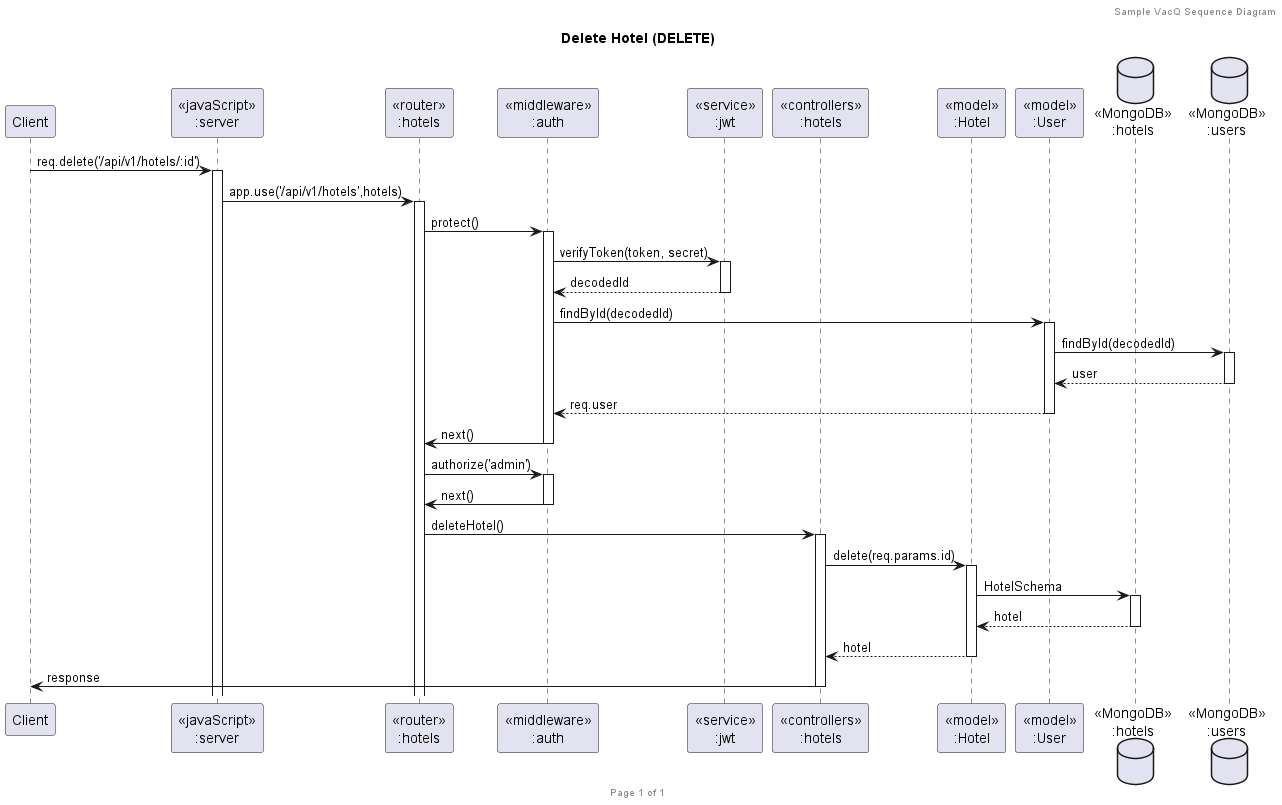
Above: diagram/sequence/hotels/hotelDELETE/Delete Hotel (DELETE).png in n0n7/SWDev_Final (PlantUML), before the change.
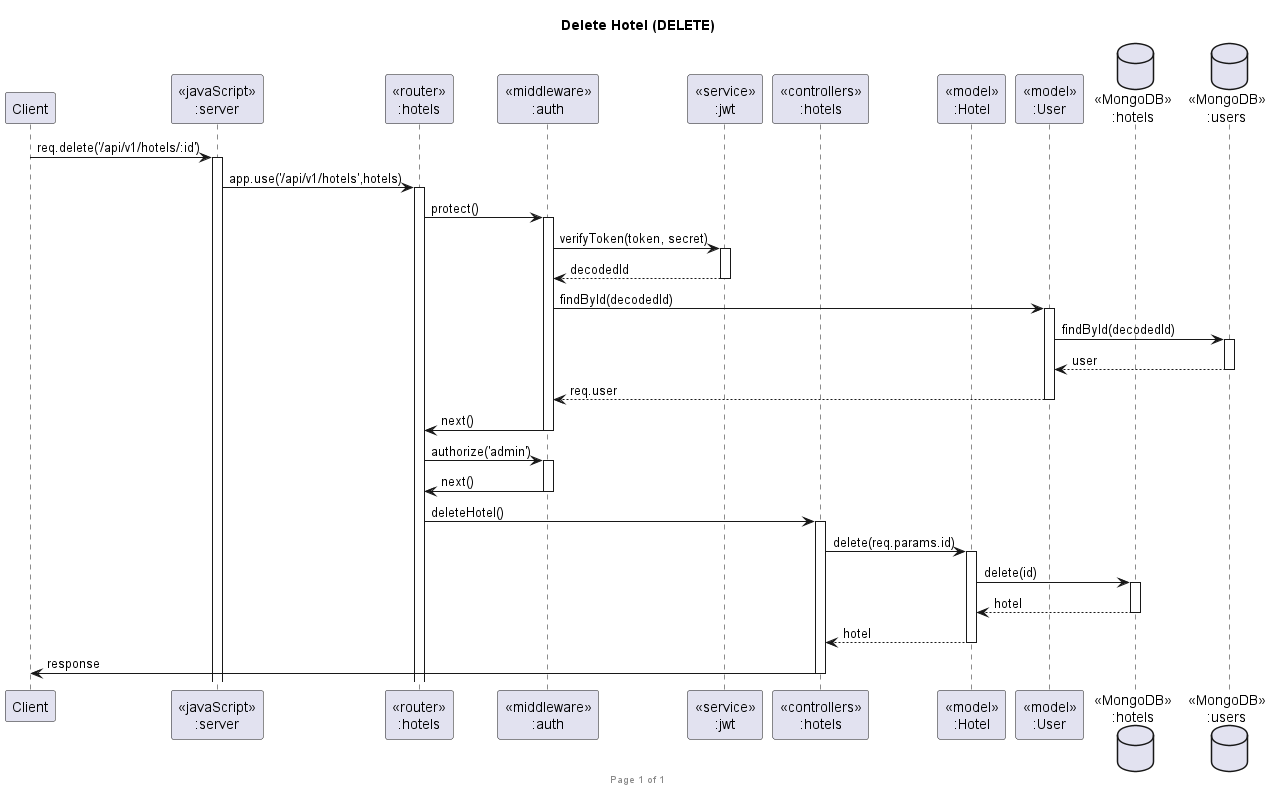
Above is the later version.

What changed in the source:
```diff
@@ -1,6 +1,5 @@
 @startuml Delete Hotel (DELETE)
 
-header Sample VacQ Sequence Diagram
 footer Page %page% of %lastpage%
 title "Delete Hotel (DELETE)"
 
@@ -32,7 +31,7 @@
 
 routerHotels -> controllersHotels ++:deleteHotel()
 controllersHotels->modelHotel ++:delete(req.params.id)
-modelHotel ->HotelsDatabase ++: HotelSchema
+modelHotel ->HotelsDatabase ++: delete(id)
 HotelsDatabase --> modelHotel --: hotel
 controllersHotels <-- modelHotel --:hotel
 controllersHotels->client --:response
```
